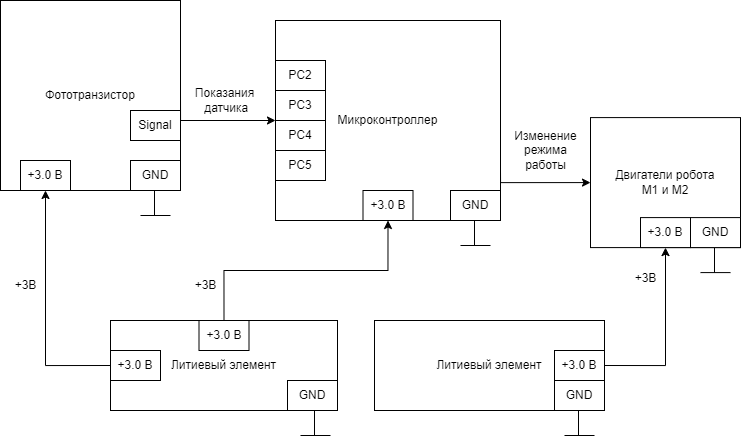
Before: Cхемыч.png, a diagram exported from draw.io (IlyaFedoseev227/LABS-PNRPU-IVT-22-1b). Source tidied: cells renumbered, new cells last; positions are measured from the earlier drawing's top-left corner, leaving out a move shared by most shapes.
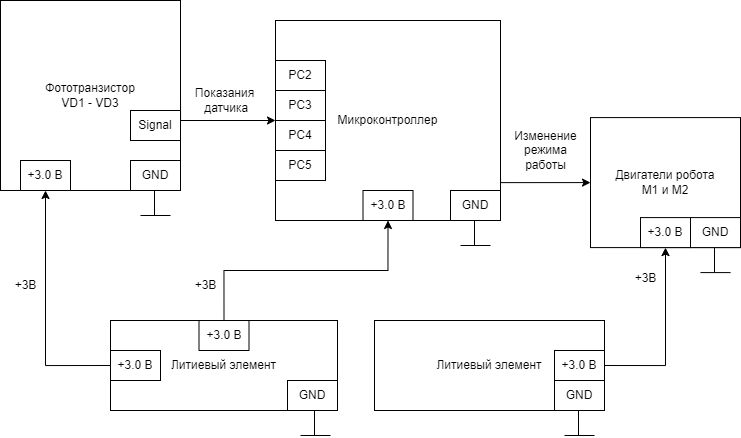
Later version of the same file.

The edit, as a diff of the source:
```diff
@@ -28,7 +28,7 @@
         </Array>
       </mxGeometry>
     </mxCell>
-    <mxCell id="8" value="Фототранзистор" style="rounded=0;whiteSpace=wrap;html=1;" parent="1" vertex="1">
+    <mxCell id="8" value="Фототранзистор&lt;br&gt;VD1 - VD3" style="rounded=0;whiteSpace=wrap;html=1;" parent="1" vertex="1">
       <mxGeometry width="180" height="190" as="geometry" />
     </mxCell>
     <mxCell id="9" value="Двигатели робота&lt;br&gt;M1 и M2" style="rounded=0;whiteSpace=wrap;html=1;" parent="1" vertex="1">
```
